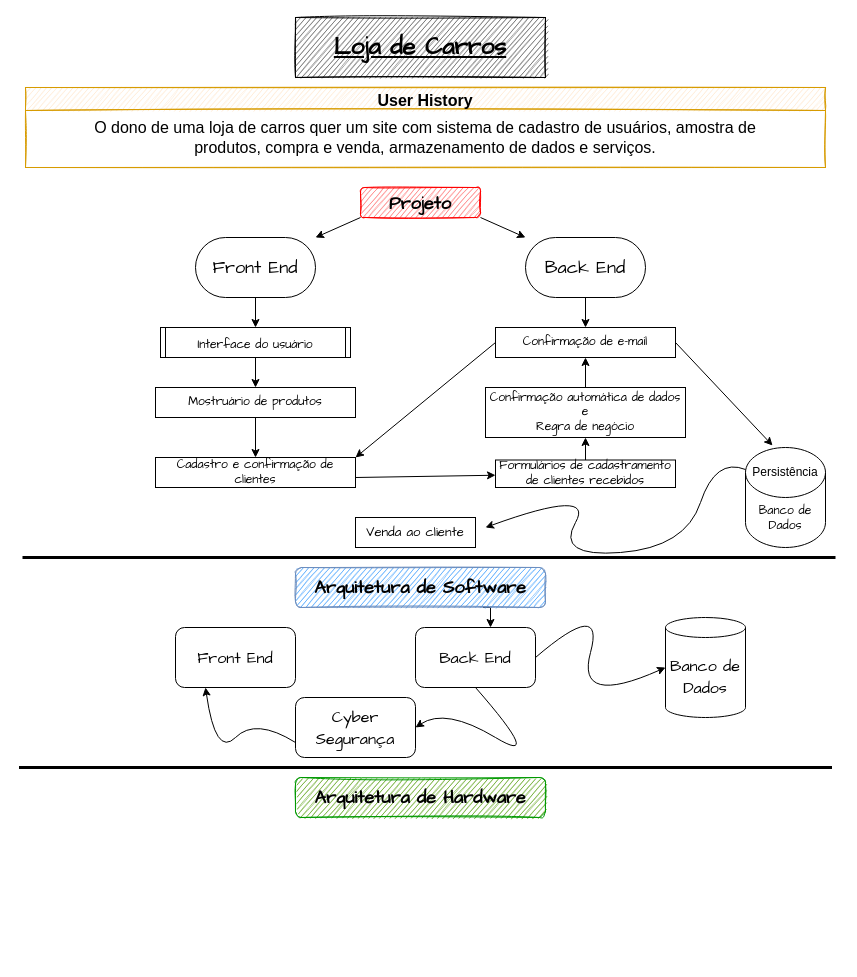
ipeeeed/arquivos-da-faculdade keeps this draw.io diagram as Loja de Carros.drawio. Above is the earlier version. Source tidied: cells renumbered, new cells numbered last; positions are measured from the earlier drawing's top-left corner, leaving out a move shared by most shapes. Both pictures are drawn from the tidied source at 100%, with x=0, y=0 at pixel (19, 17).
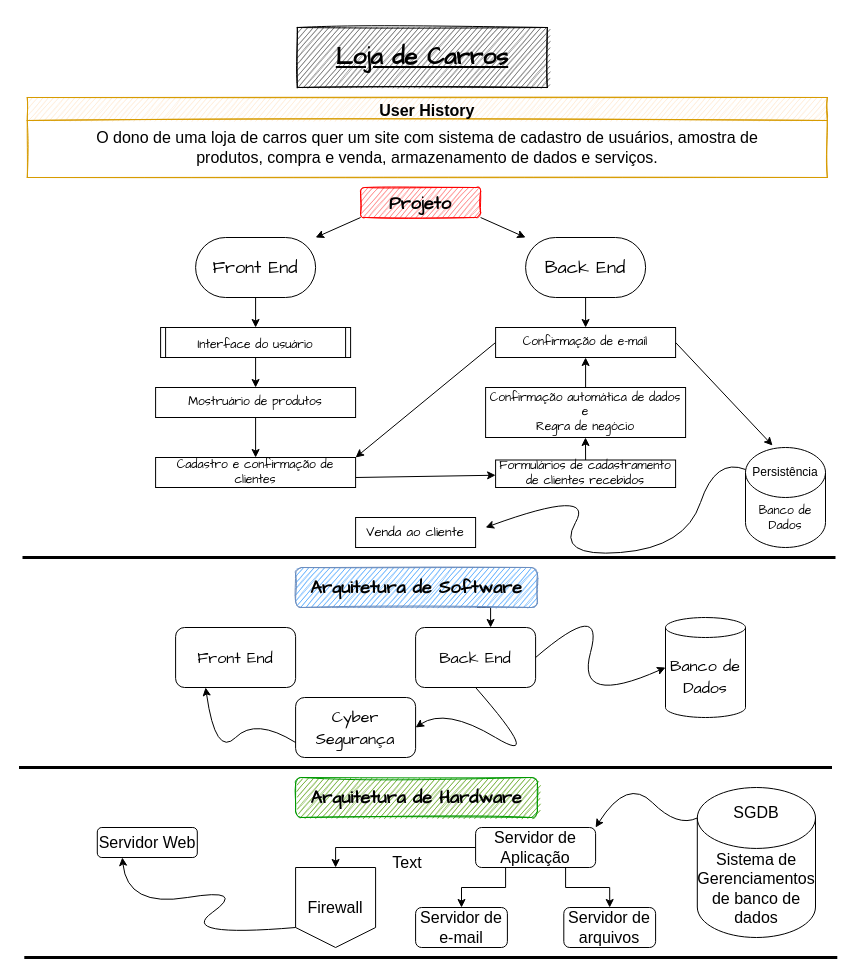
The same diagram, later.

Unchanged cells that the change refers to:
```xml
<mxCell id="22" value="Banco de&lt;br&gt;Dados" style="shape=cylinder3;whiteSpace=wrap;html=1;boundedLbl=1;backgroundOutline=1;size=25;fontFamily=Comic Sans MS;fontSize=12;" parent="1" vertex="1">
  <mxGeometry x="726" y="430" width="80" height="100" as="geometry" />
</mxCell>
```

The edit, as a diff of the source:
```diff
@@
     <mxCell id="2" value="&lt;font style=&quot;font-size: 24px&quot; face=&quot;Comic Sans MS&quot;&gt;&lt;b&gt;&lt;u&gt;Loja de Carros&lt;/u&gt;&lt;/b&gt;&lt;/font&gt;" style="rounded=0;whiteSpace=wrap;html=1;sketch=1;fillColor=#4D4D4D;" parent="1" vertex="1">
-      <mxGeometry x="276" width="250" height="60" as="geometry" />
+      <mxGeometry x="277.8" y="10" width="250" height="60" as="geometry" />
     </mxCell>
@@
     <mxCell id="5" value="&lt;font style=&quot;font-size: 18px&quot;&gt;&lt;b&gt;Projeto&lt;/b&gt;&lt;/font&gt;" style="rounded=1;whiteSpace=wrap;html=1;fontFamily=Comic Sans MS;fontSize=24;sketch=1;fillColor=#FF6666;strokeColor=#FF0000;" parent="1" vertex="1">
-      <mxGeometry x="341" y="170" width="120" height="30" as="geometry" />
+      <mxGeometry x="341.1" y="170" width="120" height="30" as="geometry" />
     </mxCell>
@@
     <mxCell id="7" value="Back End" style="rounded=1;whiteSpace=wrap;html=1;fontFamily=Comic Sans MS;fontSize=18;arcSize=50;" parent="1" vertex="1">
-      <mxGeometry x="506" y="220" width="120" height="60" as="geometry" />
+      <mxGeometry x="506.1" y="220" width="120" height="60" as="geometry" />
     </mxCell>
     <mxCell id="8" style="edgeStyle=none;rounded=0;jettySize=auto;html=1;exitX=0.5;exitY=1;exitDx=0;exitDy=0;fontFamily=Comic Sans MS;fontSize=18;" parent="1" edge="1" source="9">
       <mxGeometry relative="1" as="geometry">
-        <mxPoint x="236" y="310" as="targetPoint" />
+        <mxPoint x="236.1" y="310" as="targetPoint" />
       </mxGeometry>
     </mxCell>
     <mxCell id="9" value="Front End" style="rounded=1;whiteSpace=wrap;html=1;fontFamily=Comic Sans MS;fontSize=18;arcSize=50;" parent="1" vertex="1">
-      <mxGeometry x="176" y="220" width="120" height="60" as="geometry" />
+      <mxGeometry x="176.1" y="220" width="120" height="60" as="geometry" />
     </mxCell>
     <mxCell id="10" style="edgeStyle=none;rounded=0;jettySize=auto;html=1;exitX=0.5;exitY=1;exitDx=0;exitDy=0;fontFamily=Comic Sans MS;fontSize=12;" parent="1" edge="1" source="11">
       <mxGeometry relative="1" as="geometry">
-        <mxPoint x="236" y="370" as="targetPoint" />
+        <mxPoint x="236.1" y="370" as="targetPoint" />
       </mxGeometry>
     </mxCell>
     <mxCell id="11" value="&lt;font style=&quot;font-size: 12px&quot;&gt;Interface do usuário&lt;/font&gt;" style="shape=process;whiteSpace=wrap;html=1;backgroundOutline=1;fontFamily=Comic Sans MS;fontSize=18;size=0.02631578947368421;" parent="1" vertex="1">
-      <mxGeometry x="141" y="310" width="190" height="30" as="geometry" />
+      <mxGeometry x="141.1" y="310" width="190" height="30" as="geometry" />
     </mxCell>
     <mxCell id="12" style="edgeStyle=none;rounded=0;jettySize=auto;html=1;exitX=0.5;exitY=1;exitDx=0;exitDy=0;fontFamily=Comic Sans MS;fontSize=12;" parent="1" edge="1" source="13">
       <mxGeometry relative="1" as="geometry">
-        <mxPoint x="236" y="440" as="targetPoint" />
+        <mxPoint x="236.1" y="440" as="targetPoint" />
       </mxGeometry>
     </mxCell>
     <mxCell id="13" value="Mostruário de produtos" style="rounded=0;whiteSpace=wrap;html=1;fontFamily=Comic Sans MS;fontSize=12;" parent="1" vertex="1">
-      <mxGeometry x="136" y="370" width="200" height="30" as="geometry" />
+      <mxGeometry x="136.1" y="370" width="200" height="30" as="geometry" />
     </mxCell>
@@
     <mxCell id="15" value="Cadastro e confirmação&amp;nbsp;de clientes" style="rounded=0;whiteSpace=wrap;html=1;fontFamily=Comic Sans MS;fontSize=12;" parent="1" vertex="1">
-      <mxGeometry x="136" y="440" width="200" height="30" as="geometry" />
+      <mxGeometry x="136.1" y="440" width="200" height="30" as="geometry" />
     </mxCell>
     <mxCell id="16" value="&lt;font style=&quot;font-size: 13px&quot;&gt;Venda ao cliente&lt;/font&gt;" style="rounded=0;whiteSpace=wrap;html=1;fontFamily=Comic Sans MS;fontSize=12;" parent="1" vertex="1">
-      <mxGeometry x="336" y="500" width="120" height="30" as="geometry" />
+      <mxGeometry x="336.1" y="500" width="120" height="30" as="geometry" />
     </mxCell>
@@
     <mxCell id="18" value="Formulários de cadastramento de clientes recebidos" style="rounded=0;whiteSpace=wrap;html=1;fontFamily=Comic Sans MS;fontSize=12;" parent="1" vertex="1">
-      <mxGeometry x="476" y="442.5" width="180" height="27.5" as="geometry" />
+      <mxGeometry x="476.1" y="442.5" width="180" height="27.5" as="geometry" />
     </mxCell>
@@
     <mxCell id="21" value="Confirmação automática de dados&lt;br&gt;e&lt;br&gt;Regra de negócio" style="rounded=0;whiteSpace=wrap;html=1;fontFamily=Comic Sans MS;fontSize=12;" parent="1" vertex="1">
-      <mxGeometry x="466" y="370" width="200" height="50" as="geometry" />
+      <mxGeometry x="466.1" y="370" width="200" height="50" as="geometry" />
     </mxCell>
@@
     <mxCell id="24" value="&lt;span&gt;Confirmação de e-mail&lt;/span&gt;" style="rounded=0;whiteSpace=wrap;html=1;fontFamily=Comic Sans MS;fontSize=12;" parent="1" vertex="1">
-      <mxGeometry x="476" y="310" width="180" height="30" as="geometry" />
+      <mxGeometry x="476.1" y="310" width="180" height="30" as="geometry" />
     </mxCell>
@@
     <mxCell id="26" value="&lt;font face=&quot;Comic Sans MS&quot; style=&quot;font-size: 18px&quot;&gt;&lt;b&gt;Arquitetura de Software&lt;/b&gt;&lt;/font&gt;" style="rounded=1;whiteSpace=wrap;html=1;fillColor=#3399FF;strokeColor=#6c8ebf;sketch=1;glass=0;" parent="1" vertex="1">
-      <mxGeometry x="276" y="550" width="250" height="40" as="geometry" />
+      <mxGeometry x="276.1" y="550" width="241.8" height="40" as="geometry" />
     </mxCell>
@@
     <mxCell id="28" value="&lt;font style=&quot;font-size: 16px&quot;&gt;Back End&lt;/font&gt;" style="rounded=1;whiteSpace=wrap;html=1;fontFamily=Comic Sans MS;fontSize=18;" parent="1" vertex="1">
-      <mxGeometry x="396" y="610" width="120" height="60" as="geometry" />
+      <mxGeometry x="396.1" y="610" width="120" height="60" as="geometry" />
     </mxCell>
     <mxCell id="29" value="&lt;font style=&quot;font-size: 16px&quot;&gt;Cyber Segurança&lt;/font&gt;" style="rounded=1;whiteSpace=wrap;html=1;fontFamily=Comic Sans MS;fontSize=18;" parent="1" vertex="1">
-      <mxGeometry x="276" y="680" width="120" height="60" as="geometry" />
+      <mxGeometry x="276.1" y="680" width="120" height="60" as="geometry" />
     </mxCell>
     <mxCell id="30" value="&lt;font size=&quot;3&quot;&gt;Front End&lt;/font&gt;" style="rounded=1;whiteSpace=wrap;html=1;fontFamily=Comic Sans MS;fontSize=18;" parent="1" vertex="1">
-      <mxGeometry x="156" y="610" width="120" height="60" as="geometry" />
+      <mxGeometry x="156.1" y="610" width="120" height="60" as="geometry" />
     </mxCell>
     <mxCell id="31" value="&lt;font face=&quot;Comic Sans MS&quot; style=&quot;font-size: 18px&quot;&gt;&lt;b&gt;Arquitetura de Hardware&lt;/b&gt;&lt;/font&gt;" style="rounded=1;whiteSpace=wrap;html=1;fillColor=#4D9900;strokeColor=#009900;sketch=1;strokeWidth=1;perimeterSpacing=0;" parent="1" vertex="1">
-      <mxGeometry x="276" y="760" width="250" height="40" as="geometry" />
+      <mxGeometry x="276.1" y="760" width="241.8" height="40" as="geometry" />
     </mxCell>
@@
     <mxCell id="33" style="curved=1;endArrow=classic;html=1;rounded=0;fontFamily=Comic Sans MS;fontSize=14;fontColor=#000000;exitX=0.5;exitY=1;exitDx=0;exitDy=0;entryX=1;entryY=0.5;entryDx=0;entryDy=0;" parent="1" edge="1" source="28" target="29">
       <mxGeometry relative="1" as="geometry">
         <Array as="points">
           <mxPoint x="526" y="750" />
-          <mxPoint x="426" y="690" />
+          <mxPoint x="426.1" y="690" />
         </Array>
       </mxGeometry>
     </mxCell>
     <mxCell id="34" style="curved=1;endArrow=classic;html=1;rounded=0;fontFamily=Comic Sans MS;fontSize=14;fontColor=#000000;entryX=0.25;entryY=1;entryDx=0;entryDy=0;exitX=0;exitY=0.75;exitDx=0;exitDy=0;" parent="1" edge="1" source="29" target="30">
       <mxGeometry relative="1" as="geometry">
         <Array as="points">
-          <mxPoint x="236" y="700" />
-          <mxPoint x="196" y="740" />
+          <mxPoint x="236.1" y="700" />
+          <mxPoint x="196.1" y="740" />
         </Array>
       </mxGeometry>
     </mxCell>
     <mxCell id="35" style="curved=1;endArrow=classic;html=1;rounded=0;exitX=0;exitY=0;exitDx=0;exitDy=22;exitPerimeter=0;" parent="1" edge="1" source="22">
       <mxGeometry relative="1" as="geometry">
-        <mxPoint x="466" y="510" as="targetPoint" />
+        <mxPoint x="466.1" y="510" as="targetPoint" />
         <Array as="points">
           <mxPoint x="696" y="440" />
           <mxPoint x="666" y="530" />
           <mxPoint x="536" y="540" />
           <mxPoint x="576" y="470" />
         </Array>
       </mxGeometry>
     </mxCell>
@@
     <mxCell id="39" value="User History" style="swimlane;fontSize=16;fillColor=#ffe6cc;strokeColor=#d79b00;sketch=1;" parent="1" vertex="1">
-      <mxGeometry x="6" y="70" width="800" height="80" as="geometry" />
+      <mxGeometry x="7.8" y="80" width="800" height="80" as="geometry" />
     </mxCell>
@@
+    <mxCell id="41" value="Sistema de Gerenciamentos de banco de dados" style="shape=cylinder3;whiteSpace=wrap;html=1;boundedLbl=1;backgroundOutline=1;size=30.470588235294144;sketch=0;fontSize=16;align=center;" parent="1" vertex="1">
+      <mxGeometry x="677.8" y="770" width="118.2" height="150" as="geometry" />
+    </mxCell>
+    <mxCell id="42" style="edgeStyle=orthogonalEdgeStyle;rounded=0;jettySize=auto;html=1;exitX=0.75;exitY=1;exitDx=0;exitDy=0;entryX=0.5;entryY=0;entryDx=0;entryDy=0;fontSize=16;" parent="1" edge="1" source="45" target="47">
+      <mxGeometry relative="1" as="geometry" />
+    </mxCell>
+    <mxCell id="43" style="edgeStyle=orthogonalEdgeStyle;rounded=0;jettySize=auto;html=1;exitX=0.25;exitY=1;exitDx=0;exitDy=0;entryX=0.5;entryY=0;entryDx=0;entryDy=0;fontSize=16;" parent="1" edge="1" source="45" target="48">
+      <mxGeometry relative="1" as="geometry" />
+    </mxCell>
+    <mxCell id="44" style="edgeStyle=orthogonalEdgeStyle;rounded=0;jettySize=auto;html=1;exitX=0;exitY=0.5;exitDx=0;exitDy=0;entryX=0.5;entryY=0;entryDx=0;entryDy=0;fontSize=16;" parent="1" edge="1" source="45" target="46">
+      <mxGeometry relative="1" as="geometry" />
+    </mxCell>
+    <mxCell id="45" value="Servidor de Aplicação" style="rounded=1;whiteSpace=wrap;html=1;sketch=0;fontSize=16;align=center;" parent="1" vertex="1">
+      <mxGeometry x="456.1" y="810" width="120" height="40" as="geometry" />
+    </mxCell>
+    <mxCell id="46" value="Firewall" style="shape=offPageConnector;whiteSpace=wrap;html=1;sketch=0;fontSize=16;align=center;size=0.25;" parent="1" vertex="1">
+      <mxGeometry x="276.1" y="850" width="80" height="80" as="geometry" />
+    </mxCell>
+    <mxCell id="47" value="Servidor de arquivos" style="rounded=1;whiteSpace=wrap;html=1;sketch=0;fontSize=16;align=center;" parent="1" vertex="1">
+      <mxGeometry x="544.3" y="890" width="91.8" height="40" as="geometry" />
+    </mxCell>
+    <mxCell id="48" value="Servidor de&lt;br&gt;e-mail" style="rounded=1;whiteSpace=wrap;html=1;sketch=0;fontSize=16;align=center;" parent="1" vertex="1">
+      <mxGeometry x="396.1" y="890" width="91.8" height="40" as="geometry" />
+    </mxCell>
+    <mxCell id="49" value="Servidor Web" style="rounded=1;whiteSpace=wrap;html=1;sketch=0;fontSize=16;align=center;" parent="1" vertex="1">
+      <mxGeometry x="77.8" y="810" width="100" height="30" as="geometry" />
+    </mxCell>
+    <mxCell id="50" style="curved=1;endArrow=classic;html=1;rounded=0;fontSize=16;exitX=0;exitY=0;exitDx=0;exitDy=30.470588235294144;exitPerimeter=0;entryX=1;entryY=0;entryDx=0;entryDy=0;" parent="1" edge="1" source="41" target="45">
+      <mxGeometry relative="1" as="geometry">
+        <Array as="points">
+          <mxPoint x="657.8" y="810" />
+          <mxPoint x="607.8" y="760" />
+        </Array>
+      </mxGeometry>
+    </mxCell>
+    <mxCell id="51" style="curved=1;endArrow=classic;html=1;rounded=0;fontSize=16;entryX=0.25;entryY=1;entryDx=0;entryDy=0;exitX=0;exitY=0.75;exitDx=0;exitDy=0;" parent="1" edge="1" source="46" target="49">
+      <mxGeometry relative="1" as="geometry">
+        <Array as="points">
+          <mxPoint x="157.8" y="920" />
+          <mxPoint x="227.8" y="870" />
+          <mxPoint x="107.8" y="890" />
+        </Array>
+      </mxGeometry>
+    </mxCell>
+    <mxCell id="52" value="Text" style="text;html=1;strokeColor=none;fillColor=none;align=center;verticalAlign=middle;whiteSpace=wrap;rounded=0;sketch=0;fontSize=16;" parent="1" vertex="1">
+      <mxGeometry x="357.8" y="830" width="60" height="30" as="geometry" />
+    </mxCell>
+    <mxCell id="53" value="SGDB" style="text;html=1;strokeColor=none;fillColor=none;align=center;verticalAlign=middle;whiteSpace=wrap;rounded=0;sketch=0;fontSize=16;" parent="1" vertex="1">
+      <mxGeometry x="706.8" y="780" width="60" height="30" as="geometry" />
+    </mxCell>
+    <mxCell id="54" style="endArrow=none;html=1;rounded=0;strokeWidth=3;" parent="1" edge="1">
+      <mxGeometry relative="1" as="geometry">
+        <mxPoint x="4.8" y="940" as="sourcePoint" />
+        <mxPoint x="817.8" y="940" as="targetPoint" />
+      </mxGeometry>
+    </mxCell>
```
